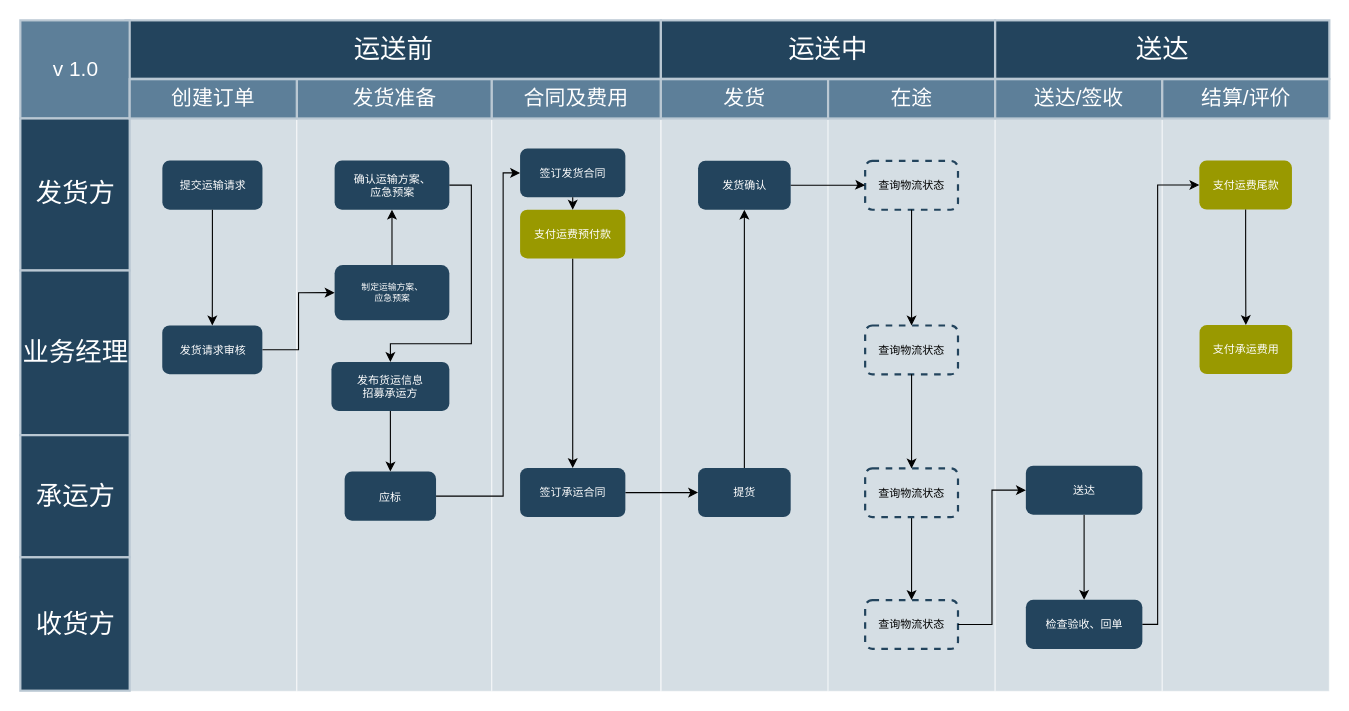
hainayun/nanjing_dev keeps this draw.io diagram as draw/KunShan_HuaZhongBao/物流管理业务流程.drawio. Above is the earlier version. Source tidied: cells renumbered, new cells numbered last; positions are measured from the earlier drawing's top-left corner, leaving out a move shared by most shapes. Both pictures are drawn from the tidied source at 110%, with x=0, y=0 at pixel (20, 20).
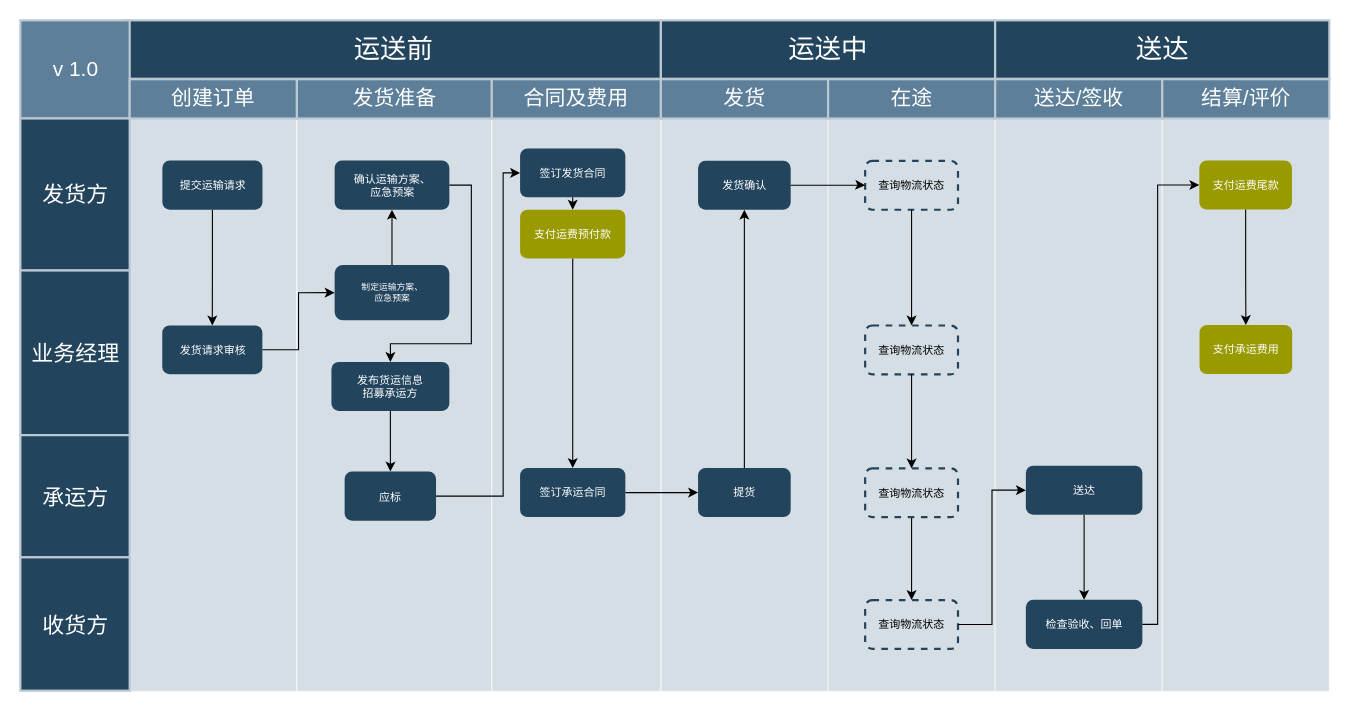
The same diagram, later.

Commit message (it also covers changes not shown here):
Update 物流管理业务流程.drawio

Unchanged cells that the change refers to:
```xml
<mxCell id="2" style="group;fontSize=11;" parent="1" vertex="1">
  <mxGeometry width="1190" height="610" as="geometry" />
</mxCell>
```

Diff of the diagram source:
```diff
@@
-    <mxCell id="14" value="发货方" style="strokeColor=#BAC8D3;fillColor=#23445D;fontSize=24;strokeWidth=2;horizontal=1;fontFamily=Helvetica;html=1;fontColor=#FFFFFF;fontStyle=0;" parent="2" vertex="1">
+    <mxCell id="14" value="发货方" style="strokeColor=#BAC8D3;fillColor=#23445D;fontSize=20;strokeWidth=2;horizontal=1;fontFamily=Helvetica;html=1;fontColor=#FFFFFF;fontStyle=0;" parent="2" vertex="1">
       <mxGeometry y="89.2" width="99.4" height="138.2" as="geometry" />
     </mxCell>
-    <mxCell id="15" value="业务经理" style="strokeColor=#BAC8D3;fillColor=#23445D;fontSize=24;strokeWidth=2;horizontal=1;fontFamily=Helvetica;html=1;fontColor=#FFFFFF;fontStyle=0;" parent="2" vertex="1">
+    <mxCell id="15" value="业务经理" style="strokeColor=#BAC8D3;fillColor=#23445D;fontSize=20;strokeWidth=2;horizontal=1;fontFamily=Helvetica;html=1;fontColor=#FFFFFF;fontStyle=0;" parent="2" vertex="1">
       <mxGeometry y="227.4" width="99.4" height="149.7" as="geometry" />
     </mxCell>
-    <mxCell id="16" value="收货方" style="strokeColor=#BAC8D3;fillColor=#23445D;fontSize=24;strokeWidth=2;horizontal=1;fontFamily=Helvetica;html=1;fontColor=#FFFFFF;fontStyle=0;" parent="2" vertex="1">
+    <mxCell id="16" value="收货方" style="strokeColor=#BAC8D3;fillColor=#23445D;fontSize=20;strokeWidth=2;horizontal=1;fontFamily=Helvetica;html=1;fontColor=#FFFFFF;fontStyle=0;" parent="2" vertex="1">
       <mxGeometry y="488" width="99.4" height="121.4" as="geometry" />
     </mxCell>
@@
-    <mxCell id="38" value="承运方" style="strokeColor=#BAC8D3;fillColor=#23445D;fontSize=24;strokeWidth=2;horizontal=1;fontFamily=Helvetica;html=1;fontColor=#FFFFFF;fontStyle=0;" parent="2" vertex="1">
+    <mxCell id="38" value="承运方" style="strokeColor=#BAC8D3;fillColor=#23445D;fontSize=20;strokeWidth=2;horizontal=1;fontFamily=Helvetica;html=1;fontColor=#FFFFFF;fontStyle=0;" parent="2" vertex="1">
       <mxGeometry y="377.1" width="99.4" height="110.9" as="geometry" />
     </mxCell>
```
